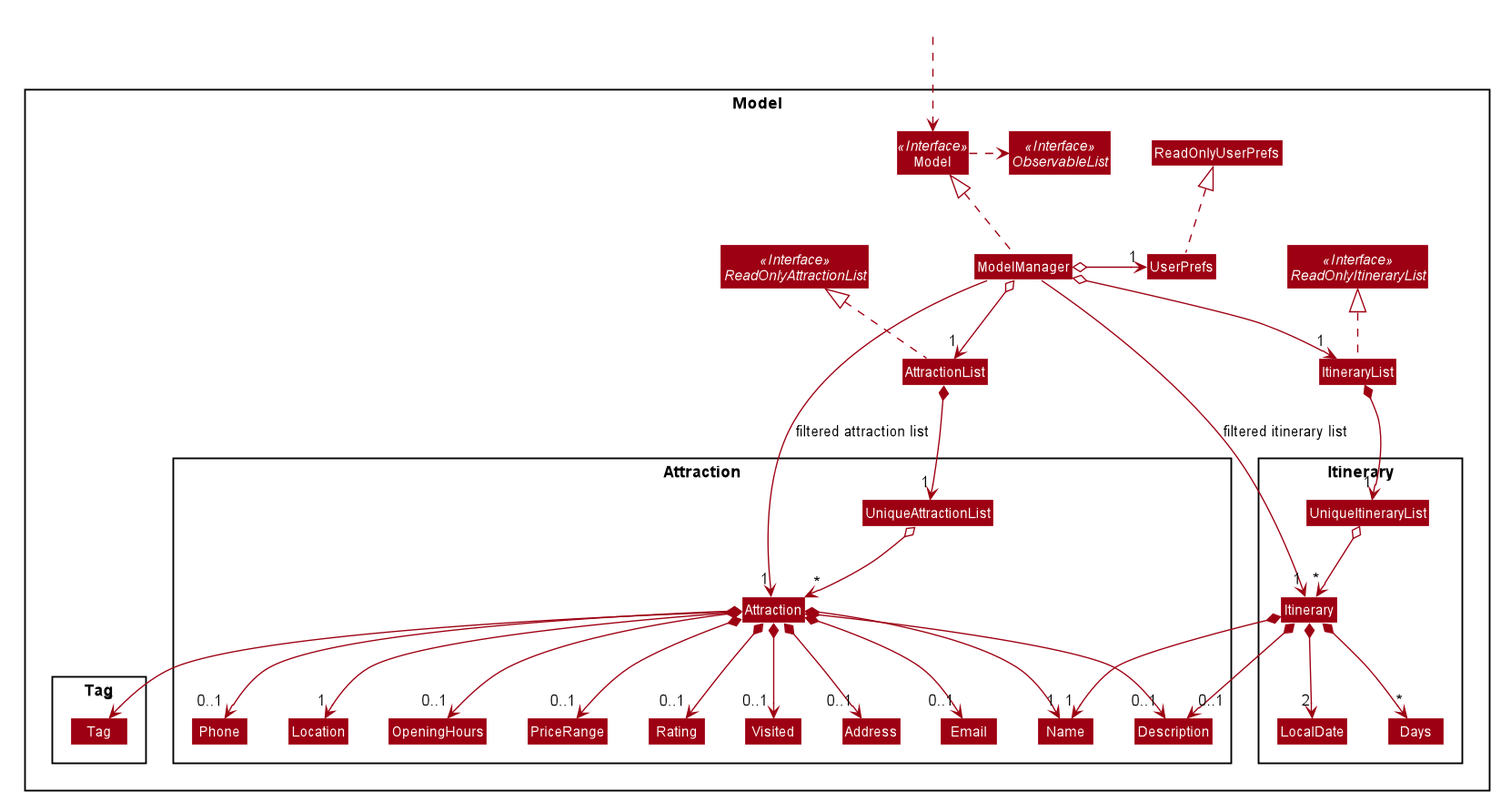
Earlier version of the PlantUML export docs/images/ModelClassDiagram.png (yuxuanxc/tp). Its diagram source:
```plantuml
@startuml








skinparam BackgroundColor #FFFFFFF

skinparam Shadowing false

skinparam Class {
    FontColor #FFFFFF
    BorderThickness 1
    BorderColor #FFFFFF
    StereotypeFontColor #FFFFFF
    FontName Arial
}

skinparam Actor {
    BorderColor #000000
    Color #000000
    FontName Arial
}

skinparam Sequence {
    MessageAlign center
    BoxFontSize 15
    BoxPadding 0
    BoxFontColor #FFFFFF
    FontName Arial
}

skinparam Participant {
    FontColor #FFFFFFF
    Padding 20
}

skinparam MinClassWidth 50
skinparam ParticipantPadding 10
skinparam Shadowing false
skinparam DefaultTextAlignment center
skinparam packageStyle Rectangle

hide footbox
hide members
hide circle
skinparam arrowThickness 1.1
skinparam arrowColor #9D0012
skinparam classBackgroundColor #9D0012

Package Model <<Rectangle>>{
Interface ReadOnlyAttractionList <<Interface>>
Interface ReadOnlyItineraryList <<Interface>>
Interface Model <<Interface>>
Interface ObservableList <<Interface>>
Class AttractionList
Class ItineraryList
Class Model
Class ModelManager
Class UserPrefs
Class ReadOnlyUserPrefs

Package Attraction {
Class Attraction
Class Address
Class Email
Class Name
Class Phone
Class Location
Class Description
Class OpeningHours
Class PriceRange
Class Rating
Class Visited
Class UniqueAttractionList
}

Package Itinerary {
Class Itinerary
Class Name
Class Description
Class LocalDate
Class Days
Class UniqueItineraryList
}

Package Tag {
Class Tag
}
}

Class HiddenOutside #FFFFFF
HiddenOutside ..> Model

AttractionList .up.|> ReadOnlyAttractionList
ItineraryList .up.|> ReadOnlyItineraryList

ModelManager .up.|> Model
Model .right.> ObservableList
ModelManager o--> "1" AttractionList
ModelManager o--> "1" ItineraryList
ModelManager o-left-> "1" UserPrefs
UserPrefs .up.|> ReadOnlyUserPrefs

AttractionList *--> "1" UniqueAttractionList
UniqueAttractionList o--> "*" Attraction
Attraction *--> "1" Name
Attraction *--> "1" Location
Attraction *--> "0..1" Phone
Attraction *--> "0..1" Email
Attraction *--> "0..1" Address
Attraction *--> "0..1" Description
Attraction *--> "0..1" OpeningHours
Attraction *--> "0..1" PriceRange
Attraction *--> "0..1" Rating
Attraction *--> "0..1" Visited
Attraction *--> "*" Tag

ItineraryList *--> "1" UniqueItineraryList
UniqueItineraryList o--> "*" Itinerary
Itinerary *--> "1" Name
Itinerary *--> "0..1" Description
Itinerary *--> "2" LocalDate
Itinerary *--> "*" Days

ModelManager -->"1" Attraction : filtered attraction list
ModelManager -->"1" Itinerary : filtered itinerary list
@enduml
```
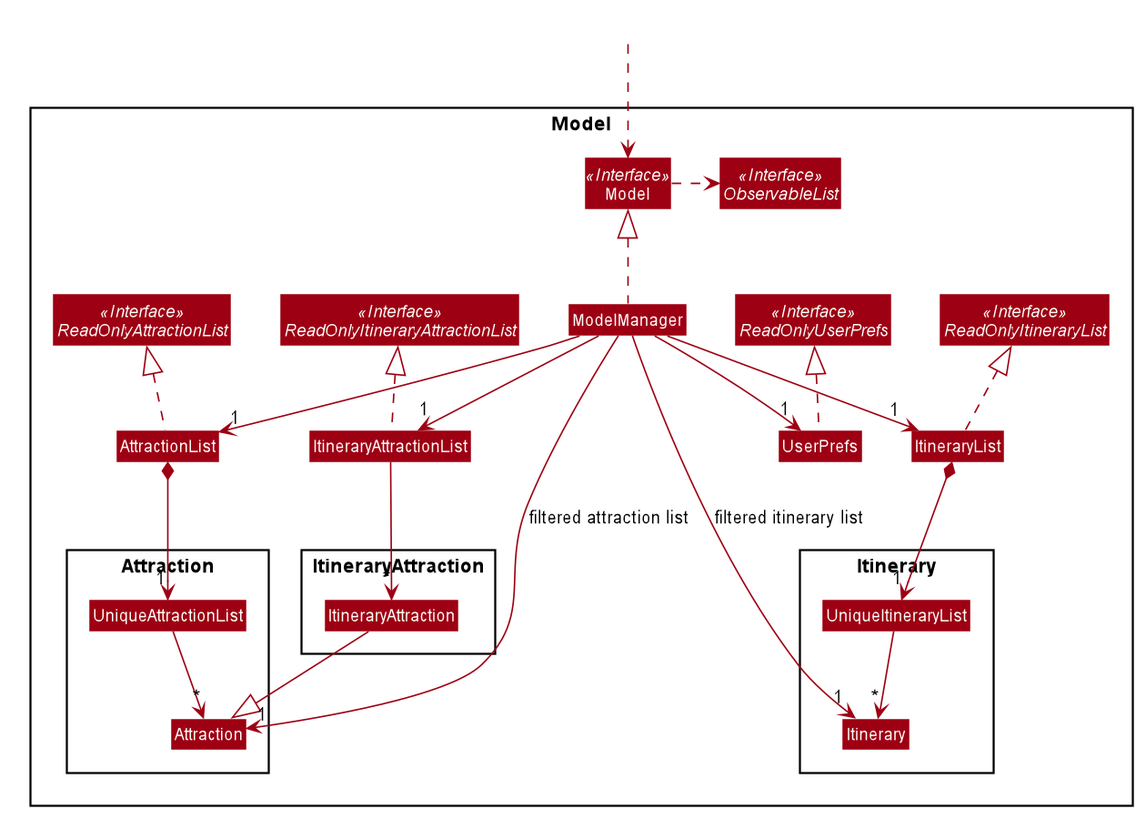
Later version of the same file.

Commit message:
Update ModelClassDiagram and BetterModelClassDiagram

Diff of the diagram source:
```diff
@@ -51,44 +51,32 @@
 skinparam arrowColor #9D0012
 skinparam classBackgroundColor #9D0012
 
-Package Model <<Rectangle>>{
+Package Model <<Rectangle>> {
 Interface ReadOnlyAttractionList <<Interface>>
 Interface ReadOnlyItineraryList <<Interface>>
+Interface ReadOnlyItineraryAttractionList <<Interface>>
 Interface Model <<Interface>>
 Interface ObservableList <<Interface>>
 Class AttractionList
 Class ItineraryList
+Class ItineraryAttractionList
 Class Model
 Class ModelManager
 Class UserPrefs
-Class ReadOnlyUserPrefs
+Interface ReadOnlyUserPrefs <<Interface>>
 
 Package Attraction {
 Class Attraction
-Class Address
-Class Email
-Class Name
-Class Phone
-Class Location
-Class Description
-Class OpeningHours
-Class PriceRange
-Class Rating
-Class Visited
 Class UniqueAttractionList
 }
 
 Package Itinerary {
 Class Itinerary
-Class Name
-Class Description
-Class LocalDate
-Class Days
 Class UniqueItineraryList
 }
 
-Package Tag {
-Class Tag
+Package ItineraryAttraction {
+Class ItineraryAttraction
 }
 }
 
@@ -97,35 +85,26 @@
 
 AttractionList .up.|> ReadOnlyAttractionList
 ItineraryList .up.|> ReadOnlyItineraryList
+ItineraryAttractionList .up.|> ReadOnlyItineraryAttractionList
 
 ModelManager .up.|> Model
 Model .right.> ObservableList
-ModelManager o--> "1" AttractionList
-ModelManager o--> "1" ItineraryList
-ModelManager o-left-> "1" UserPrefs
+ModelManager --> "1" AttractionList
+ModelManager --> "1" ItineraryList
+ModelManager --> "1" ItineraryAttractionList
+ModelManager --> "1" UserPrefs
 UserPrefs .up.|> ReadOnlyUserPrefs
 
 AttractionList *--> "1" UniqueAttractionList
-UniqueAttractionList o--> "*" Attraction
-Attraction *--> "1" Name
-Attraction *--> "1" Location
-Attraction *--> "0..1" Phone
-Attraction *--> "0..1" Email
-Attraction *--> "0..1" Address
-Attraction *--> "0..1" Description
-Attraction *--> "0..1" OpeningHours
-Attraction *--> "0..1" PriceRange
-Attraction *--> "0..1" Rating
-Attraction *--> "0..1" Visited
-Attraction *--> "*" Tag
+UniqueAttractionList --> "*" Attraction
 
 ItineraryList *--> "1" UniqueItineraryList
-UniqueItineraryList o--> "*" Itinerary
-Itinerary *--> "1" Name
-Itinerary *--> "0..1" Description
-Itinerary *--> "2" LocalDate
-Itinerary *--> "*" Days
+UniqueItineraryList --> "*" Itinerary
 
-ModelManager -->"1" Attraction : filtered attraction list
-ModelManager -->"1" Itinerary : filtered itinerary list
+ItineraryAttractionList --> "*" ItineraryAttraction
+
+ItineraryAttraction --|> Attraction
+
+ModelManager --> "1" Attraction : filtered attraction list
+ModelManager --> "1" Itinerary : filtered itinerary list
 @enduml
```
